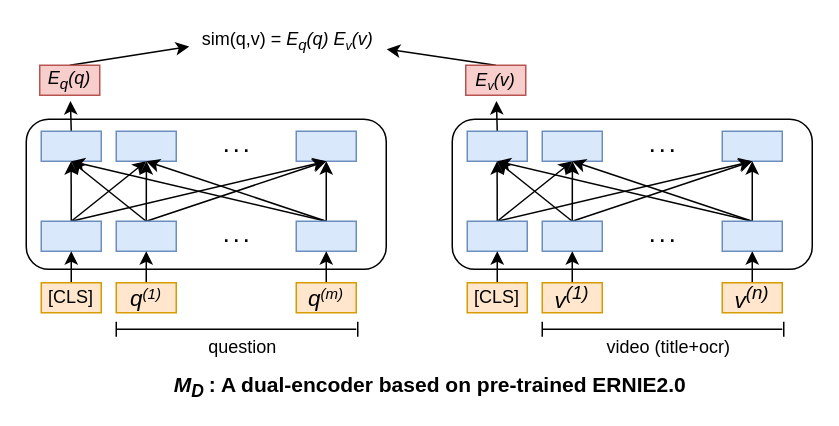
Above: data/dual-encoder.drawio in 05hBoolShow/testgit (draw.io), before the change. Source tidied: cells renumbered, new cells numbered last; positions are measured from the earlier drawing's top-left corner, leaving out a move shared by most shapes. Both pictures are drawn from the tidied source at 150%, with x=0, y=0 at pixel (26, 26).
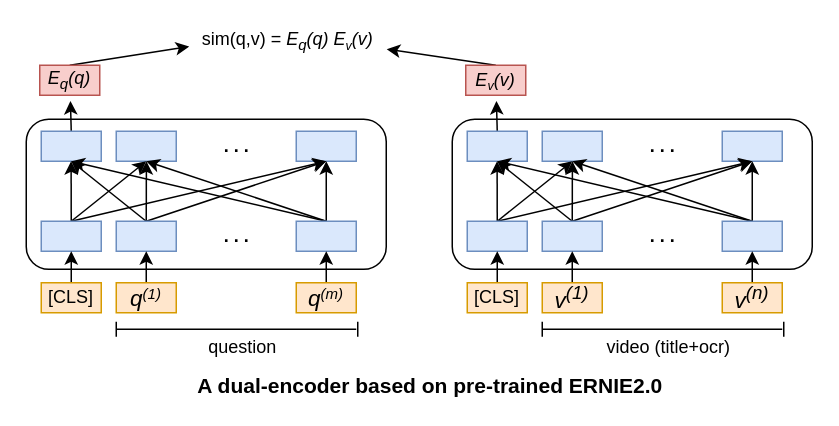
The same page after the edit.

What changed in the source:
```diff
@@
-    <mxCell id="65" value="&lt;b&gt;&lt;font&gt;&lt;span style=&quot;font-size: 14px&quot;&gt;&lt;i&gt;M&lt;/i&gt;&lt;sub&gt;&lt;i&gt;D&lt;/i&gt;&amp;nbsp;&lt;/sub&gt;: A dual-encoder based on pre-trained ERNIE2.0&lt;/span&gt;&lt;/font&gt;&lt;/b&gt;" style="text;html=1;align=center;verticalAlign=middle;strokeColor=none;" parent="1" vertex="1">
-      <mxGeometry x="89" y="230" width="360" height="20" as="geometry" />
+    <mxCell id="65" value="&lt;b&gt;&lt;font&gt;&lt;span style=&quot;font-size: 14px&quot;&gt;A dual-encoder based on pre-trained ERNIE2.0&lt;/span&gt;&lt;/font&gt;&lt;/b&gt;" style="text;html=1;align=center;verticalAlign=middle;strokeColor=none;" parent="1" vertex="1">
+      <mxGeometry x="104" y="230" width="330" height="20" as="geometry" />
     </mxCell>
```
